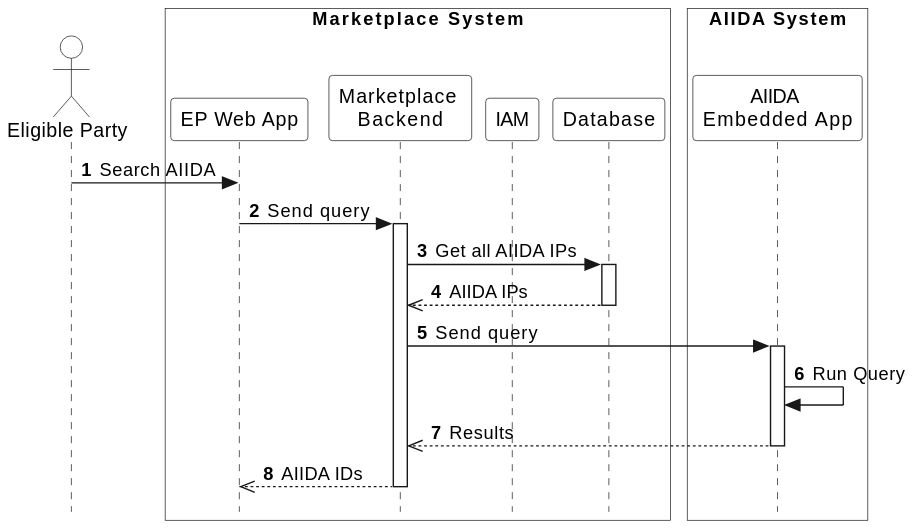
This is arc42/marketplace/runtime-view/figures/marketplace-check-aiida.svg from eddie-energy/architecture, a PlantUML export, as it was before one commit.
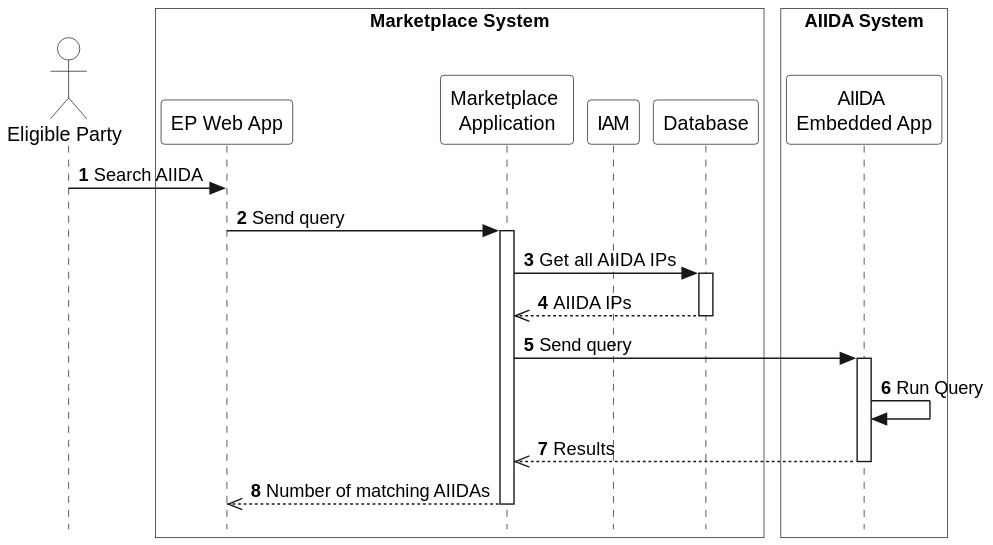
The same file after the commit.

What changed in the source:
```diff
@@ -11,7 +11,7 @@
 actor "Eligible Party" as ep
 box "Marketplace System" #transparent
   participant "EP Web App" as app
-  participant "Marketplace \nBackend" as marketplace
+  participant "Marketplace \nApplication" as marketplace
   participant "IAM" as iam
   participant "Database" as database
 end box
@@ -32,6 +32,6 @@
 aiida -> aiida : Run Query
 aiida -->> marketplace : Results
 deactivate aiida
-marketplace -->> app : AIIDA IDs
+marketplace -->> app : Number of matching AIIDAs
 deactivate marketplace
 @enduml
```
